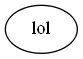
Earlier version of the Graphviz export Localization/tree/tree.png (EnstaBretagneClubRobo/Cordeliere). Its source is kept beside it as Localization/tree/tree.dot.
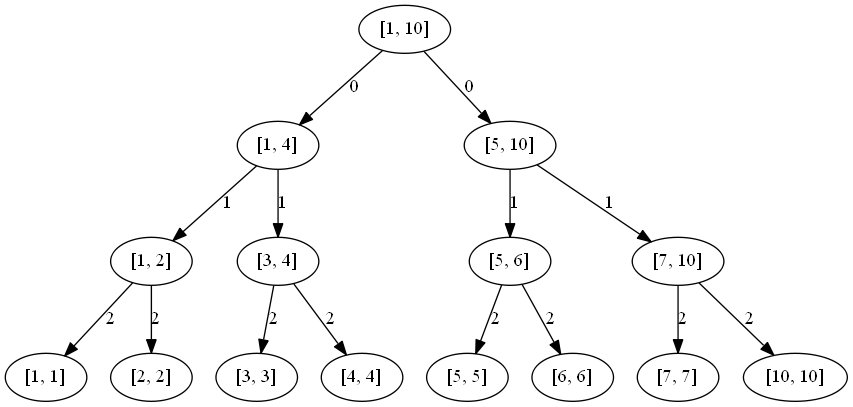
After the commit.

Commit message:
modified tree.py: the filling of the tree with a dataset is complete (see tree.png)

What changed in the source:
```diff
@@ -1,3 +1,31 @@
 digraph tree {
-    "root";
+1606495750464 [label="[1, 10]"];
+1606495750520 [label="[1, 4]"];
+1606507719032 [label="[1, 2]"];
+1606508302968 [label="[1, 1]"];
+1606507719032 -> 1606508302968 [label="2"];
+1606508304200 [label="[2, 2]"];
+1606507719032 -> 1606508304200 [label="2"];
+1606495750520 -> 1606507719032 [label="1"];
+1606507720600 [label="[3, 4]"];
+1606508304928 [label="[3, 3]"];
+1606507720600 -> 1606508304928 [label="2"];
+1606508305096 [label="[4, 4]"];
+1606507720600 -> 1606508305096 [label="2"];
+1606495750520 -> 1606507720600 [label="1"];
+1606495750464 -> 1606495750520 [label="0"];
+1606495788224 [label="[5, 10]"];
+1606508583960 [label="[5, 6]"];
+1606508584072 [label="[5, 5]"];
+1606508583960 -> 1606508584072 [label="2"];
+1606508584128 [label="[6, 6]"];
+1606508583960 -> 1606508584128 [label="2"];
+1606495788224 -> 1606508583960 [label="1"];
+1606508584016 [label="[7, 10]"];
+1606508584352 [label="[7, 7]"];
+1606508584016 -> 1606508584352 [label="2"];
+1606508584408 [label="[10, 10]"];
+1606508584016 -> 1606508584408 [label="2"];
+1606495788224 -> 1606508584016 [label="1"];
+1606495750464 -> 1606495788224 [label="0"];
 }
```
